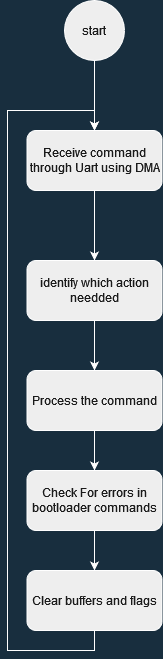
The draw.io diagram imgs/Bootloader-mode-flowchart.png in ahmedessamwasfy/Custom-stm32f4-bootloader, before a commit. Source tidied: cells renumbered, new cells last; positions are measured from the earlier drawing's top-left corner, leaving out a move shared by most shapes.
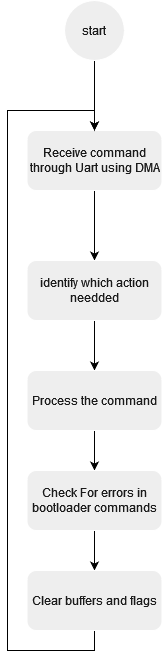
Later version of the same file.

Change to the diagram source:
```diff
@@ -1,38 +1,38 @@
-<mxGraphModel background="#182E3E">
+<mxGraphModel background="#ffffff">
   <root>
     <mxCell id="0" />
     <mxCell id="1" parent="0" />
-    <mxCell id="2" style="edgeStyle=orthogonalEdgeStyle;rounded=0;jettySize=auto;html=1;labelBackgroundColor=#182E3E;strokeColor=#FFFFFF;fontColor=#FFFFFF;" parent="1" edge="1" source="3" target="7">
+    <mxCell id="2" style="edgeStyle=orthogonalEdgeStyle;rounded=0;jettySize=auto;html=1;labelBackgroundColor=#182E3E;strokeColor=#000000;fontColor=#FFFFFF;" parent="1" edge="1" source="3" target="7">
       <mxGeometry relative="1" as="geometry" />
     </mxCell>
     <mxCell id="3" value="Receive command through Uart using DMA" style="rounded=1;whiteSpace=wrap;html=1;fontSize=12;glass=0;strokeWidth=1;shadow=0;fillColor=#EEEEEE;strokeColor=#FFFFFF;fontColor=#1A1A1A;" parent="1" vertex="1">
       <mxGeometry x="19.5" y="130" width="135" height="60" as="geometry" />
     </mxCell>
-    <mxCell id="4" style="edgeStyle=orthogonalEdgeStyle;rounded=0;jettySize=auto;html=1;labelBackgroundColor=#182E3E;strokeColor=#FFFFFF;fontColor=#FFFFFF;" parent="1" edge="1" source="5" target="3">
+    <mxCell id="4" style="edgeStyle=orthogonalEdgeStyle;rounded=0;jettySize=auto;html=1;labelBackgroundColor=#182E3E;strokeColor=#000000;fontColor=#FFFFFF;" parent="1" edge="1" source="5" target="3">
       <mxGeometry relative="1" as="geometry" />
     </mxCell>
     <mxCell id="5" value="start" style="ellipse;whiteSpace=wrap;html=1;fillColor=#EEEEEE;strokeColor=#FFFFFF;fontColor=#1A1A1A;" parent="1" vertex="1">
       <mxGeometry x="57" width="60" height="60" as="geometry" />
     </mxCell>
-    <mxCell id="6" style="edgeStyle=orthogonalEdgeStyle;rounded=0;jettySize=auto;html=1;labelBackgroundColor=#182E3E;strokeColor=#FFFFFF;fontColor=#FFFFFF;" parent="1" edge="1" source="7" target="9">
+    <mxCell id="6" style="edgeStyle=orthogonalEdgeStyle;rounded=0;jettySize=auto;html=1;labelBackgroundColor=#182E3E;strokeColor=#000000;fontColor=#FFFFFF;" parent="1" edge="1" source="7" target="9">
       <mxGeometry relative="1" as="geometry" />
     </mxCell>
     <mxCell id="7" value="identify which action needded" style="rounded=1;whiteSpace=wrap;html=1;fontSize=12;glass=0;strokeWidth=1;shadow=0;fillColor=#EEEEEE;strokeColor=#FFFFFF;fontColor=#1A1A1A;" parent="1" vertex="1">
       <mxGeometry x="19.5" y="260" width="135" height="60" as="geometry" />
     </mxCell>
-    <mxCell id="8" style="edgeStyle=orthogonalEdgeStyle;rounded=0;jettySize=auto;html=1;labelBackgroundColor=#182E3E;strokeColor=#FFFFFF;fontColor=#FFFFFF;" parent="1" edge="1" source="9" target="11">
+    <mxCell id="8" style="edgeStyle=orthogonalEdgeStyle;rounded=0;jettySize=auto;html=1;labelBackgroundColor=#182E3E;strokeColor=#000000;fontColor=#FFFFFF;" parent="1" edge="1" source="9" target="11">
       <mxGeometry relative="1" as="geometry" />
     </mxCell>
     <mxCell id="9" value="Process the command " style="rounded=1;whiteSpace=wrap;html=1;fontSize=12;glass=0;strokeWidth=1;shadow=0;fillColor=#EEEEEE;strokeColor=#FFFFFF;fontColor=#1A1A1A;" parent="1" vertex="1">
       <mxGeometry x="19.5" y="370" width="135" height="60" as="geometry" />
     </mxCell>
-    <mxCell id="10" style="edgeStyle=orthogonalEdgeStyle;rounded=0;jettySize=auto;html=1;labelBackgroundColor=#182E3E;strokeColor=#FFFFFF;fontColor=#FFFFFF;" parent="1" edge="1" source="11" target="13">
+    <mxCell id="10" style="edgeStyle=orthogonalEdgeStyle;rounded=0;jettySize=auto;html=1;labelBackgroundColor=#182E3E;strokeColor=#000000;fontColor=#FFFFFF;" parent="1" edge="1" source="11" target="13">
       <mxGeometry relative="1" as="geometry" />
     </mxCell>
     <mxCell id="11" value="Check For errors in bootloader commands" style="rounded=1;whiteSpace=wrap;html=1;fontSize=12;glass=0;strokeWidth=1;shadow=0;fillColor=#EEEEEE;strokeColor=#FFFFFF;fontColor=#1A1A1A;" parent="1" vertex="1">
       <mxGeometry x="19.5" y="470" width="135" height="60" as="geometry" />
     </mxCell>
-    <mxCell id="12" style="edgeStyle=orthogonalEdgeStyle;rounded=0;jettySize=auto;html=1;exitX=0.5;exitY=1;exitDx=0;exitDy=0;entryX=0.5;entryY=0;entryDx=0;entryDy=0;labelBackgroundColor=#182E3E;strokeColor=#FFFFFF;fontColor=#FFFFFF;" parent="1" edge="1" source="13" target="3">
+    <mxCell id="12" style="edgeStyle=orthogonalEdgeStyle;rounded=0;jettySize=auto;html=1;exitX=0.5;exitY=1;exitDx=0;exitDy=0;entryX=0.5;entryY=0;entryDx=0;entryDy=0;labelBackgroundColor=#182E3E;strokeColor=#000000;fontColor=#FFFFFF;" parent="1" edge="1" source="13" target="3">
       <mxGeometry relative="1" as="geometry">
         <Array as="points">
           <mxPoint x="87" y="650" />
```
